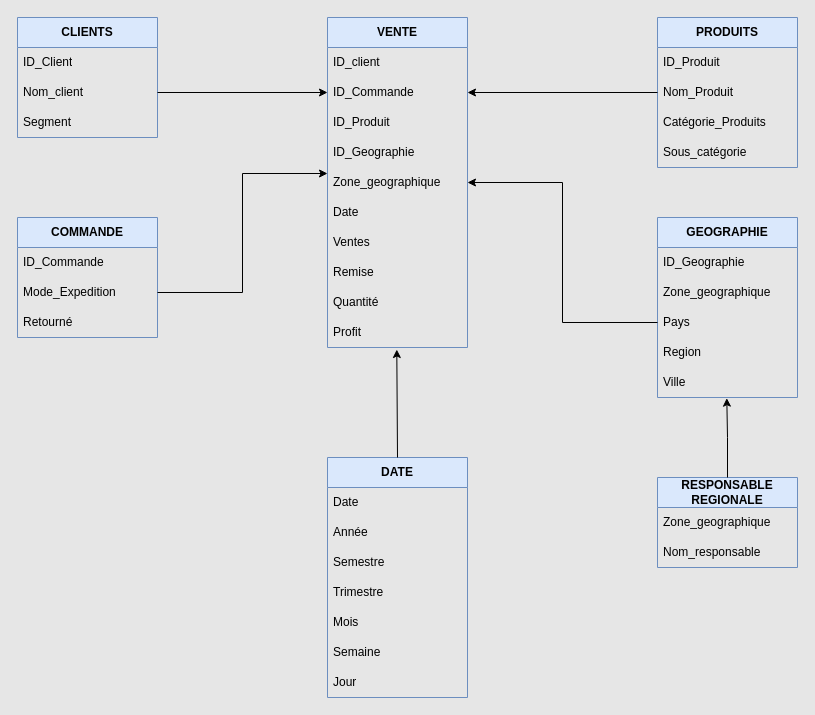
Above: Hypermarket Project/Resources/HypermarketDatamart.drawio in christart-code/BI (draw.io), before the change. Source tidied: cells renumbered, new cells numbered last; positions are measured from the earlier drawing's top-left corner, leaving out a move shared by most shapes. Both pictures are drawn from the tidied source at 100%, with x=0, y=0 at pixel (17, 17).
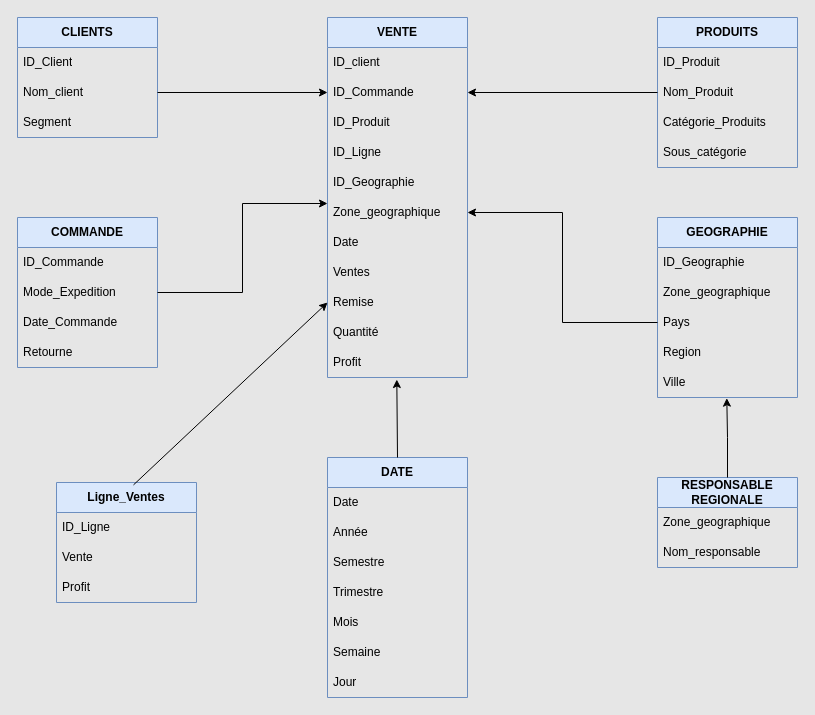
After the change.

Commit message:
Mettre à jour HypermarketDatamart.drawio

The edit, as a diff of the source:
```diff
@@
     <mxCell id="2" value="VENTE" style="swimlane;fontStyle=1;horizontal=1;startSize=30;whiteSpace=wrap;html=1;fillColor=#dae8fc;strokeColor=#6c8ebf;" parent="1" vertex="1">
-      <mxGeometry x="310" width="140" height="330" as="geometry" />
+      <mxGeometry x="310" width="140" height="360" as="geometry" />
     </mxCell>
@@
+    <mxCell id="49" value="ID_Ligne" style="text;strokeColor=none;fillColor=none;align=left;verticalAlign=middle;spacingLeft=4;spacingRight=4;overflow=hidden;whiteSpace=wrap;html=1;" parent="2" vertex="1">
+      <mxGeometry y="120" width="140" height="30" as="geometry" />
+    </mxCell>
     <mxCell id="6" value="ID_Geographie" style="text;strokeColor=none;fillColor=none;align=left;verticalAlign=middle;spacingLeft=4;spacingRight=4;overflow=hidden;whiteSpace=wrap;html=1;" parent="2" vertex="1">
-      <mxGeometry y="120" width="140" height="30" as="geometry" />
+      <mxGeometry y="150" width="140" height="30" as="geometry" />
     </mxCell>
     <mxCell id="7" value="Zone_geographique" style="text;strokeColor=none;fillColor=none;align=left;verticalAlign=middle;spacingLeft=4;spacingRight=4;overflow=hidden;points=[[0,0.5],[1,0.5]];portConstraint=eastwest;whiteSpace=wrap;html=1;" parent="2" vertex="1">
-      <mxGeometry y="150" width="140" height="30" as="geometry" />
+      <mxGeometry y="180" width="140" height="30" as="geometry" />
     </mxCell>
     <mxCell id="8" value="Date" style="text;strokeColor=none;fillColor=none;align=left;verticalAlign=middle;spacingLeft=4;spacingRight=4;overflow=hidden;whiteSpace=wrap;html=1;" parent="2" vertex="1">
-      <mxGeometry y="180" width="140" height="30" as="geometry" />
+      <mxGeometry y="210" width="140" height="30" as="geometry" />
     </mxCell>
     <mxCell id="9" value="Ventes" style="text;strokeColor=none;fillColor=none;align=left;verticalAlign=middle;spacingLeft=4;spacingRight=4;overflow=hidden;whiteSpace=wrap;html=1;" parent="2" vertex="1">
-      <mxGeometry y="210" width="140" height="30" as="geometry" />
+      <mxGeometry y="240" width="140" height="30" as="geometry" />
     </mxCell>
     <mxCell id="10" value="Remise" style="text;strokeColor=none;fillColor=none;align=left;verticalAlign=middle;spacingLeft=4;spacingRight=4;overflow=hidden;points=[[0,0.5],[1,0.5]];portConstraint=eastwest;whiteSpace=wrap;html=1;" parent="2" vertex="1">
-      <mxGeometry y="240" width="140" height="30" as="geometry" />
+      <mxGeometry y="270" width="140" height="30" as="geometry" />
     </mxCell>
     <mxCell id="11" value="Quantité" style="text;strokeColor=none;fillColor=none;align=left;verticalAlign=middle;spacingLeft=4;spacingRight=4;overflow=hidden;whiteSpace=wrap;html=1;" parent="2" vertex="1">
-      <mxGeometry y="270" width="140" height="30" as="geometry" />
+      <mxGeometry y="300" width="140" height="30" as="geometry" />
     </mxCell>
     <mxCell id="12" value="Profit" style="text;strokeColor=none;fillColor=none;align=left;verticalAlign=middle;spacingLeft=4;spacingRight=4;overflow=hidden;points=[[0,0.5],[1,0.5]];portConstraint=eastwest;whiteSpace=wrap;html=1;" parent="2" vertex="1">
-      <mxGeometry y="300" width="140" height="30" as="geometry" />
+      <mxGeometry y="330" width="140" height="30" as="geometry" />
     </mxCell>
@@
     <mxCell id="22" value="COMMANDE" style="swimlane;fontStyle=1;horizontal=1;startSize=30;whiteSpace=wrap;html=1;fillColor=#dae8fc;strokeColor=#6c8ebf;" parent="1" vertex="1">
-      <mxGeometry y="200" width="140" height="120" as="geometry" />
+      <mxGeometry y="200" width="140" height="150" as="geometry" />
     </mxCell>
@@
-    <mxCell id="25" value="Retourné" style="text;strokeColor=none;fillColor=none;align=left;verticalAlign=middle;spacingLeft=4;spacingRight=4;overflow=hidden;whiteSpace=wrap;html=1;" parent="22" vertex="1">
+    <mxCell id="25" value="Date_Commande" style="text;strokeColor=none;fillColor=none;align=left;verticalAlign=middle;spacingLeft=4;spacingRight=4;overflow=hidden;whiteSpace=wrap;html=1;" parent="22" vertex="1">
       <mxGeometry y="90" width="140" height="30" as="geometry" />
     </mxCell>
+    <mxCell id="50" value="Retourne" style="text;strokeColor=none;fillColor=none;align=left;verticalAlign=middle;spacingLeft=4;spacingRight=4;overflow=hidden;whiteSpace=wrap;html=1;" parent="22" vertex="1">
+      <mxGeometry y="120" width="140" height="30" as="geometry" />
+    </mxCell>
@@
+    <mxCell id="51" value="Ligne_Ventes" style="swimlane;fontStyle=1;horizontal=1;startSize=30;whiteSpace=wrap;html=1;fillColor=#dae8fc;strokeColor=#6c8ebf;" parent="1" vertex="1">
+      <mxGeometry x="39" y="465" width="140" height="120" as="geometry" />
+    </mxCell>
+    <mxCell id="52" value="ID_Ligne" style="text;strokeColor=none;fillColor=none;align=left;verticalAlign=middle;spacingLeft=4;spacingRight=4;overflow=hidden;whiteSpace=wrap;html=1;" parent="51" vertex="1">
+      <mxGeometry y="30" width="140" height="30" as="geometry" />
+    </mxCell>
+    <mxCell id="53" value="Vente" style="text;strokeColor=none;fillColor=none;align=left;verticalAlign=middle;spacingLeft=4;spacingRight=4;overflow=hidden;whiteSpace=wrap;html=1;" parent="51" vertex="1">
+      <mxGeometry y="60" width="140" height="30" as="geometry" />
+    </mxCell>
+    <mxCell id="54" value="Profit" style="text;strokeColor=none;fillColor=none;align=left;verticalAlign=middle;spacingLeft=4;spacingRight=4;overflow=hidden;whiteSpace=wrap;html=1;" parent="51" vertex="1">
+      <mxGeometry y="90" width="140" height="30" as="geometry" />
+    </mxCell>
+    <mxCell id="55" style="endArrow=classic;html=1;rounded=0;exitX=0.55;exitY=0.02;exitDx=0;exitDy=0;exitPerimeter=0;entryX=0;entryY=0.5;entryDx=0;entryDy=0;" parent="1" edge="1" source="51" target="10">
+      <mxGeometry relative="1" as="geometry" />
+    </mxCell>
```
